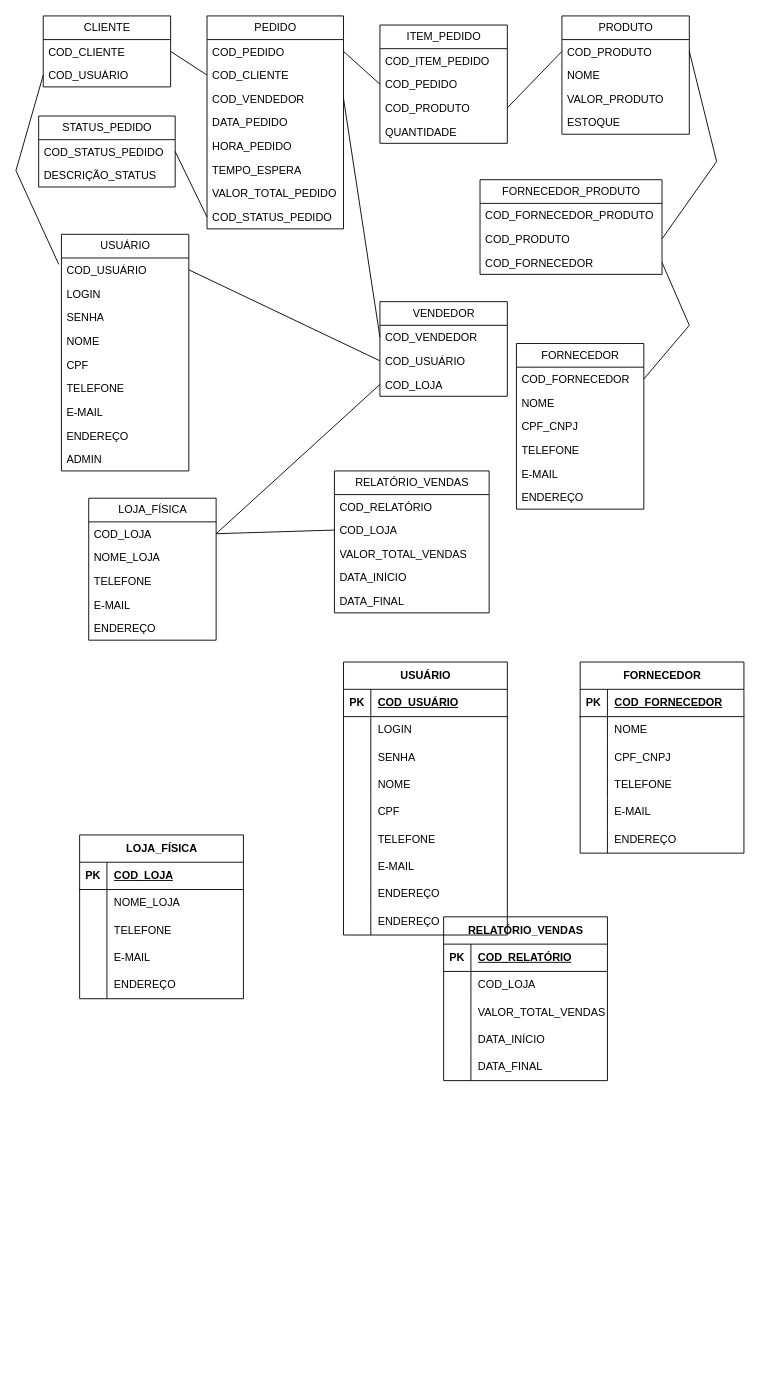
Earlier version of the draw.io diagram BD ZÉ DELIVERY.drawio (jennifergomes/BD). Source tidied: cells renumbered, new cells numbered last; positions are measured from the earlier drawing's top-left corner, leaving out a move shared by most shapes. Both pictures are drawn from the tidied source at 91%, with x=0, y=0 at pixel (15, 15).
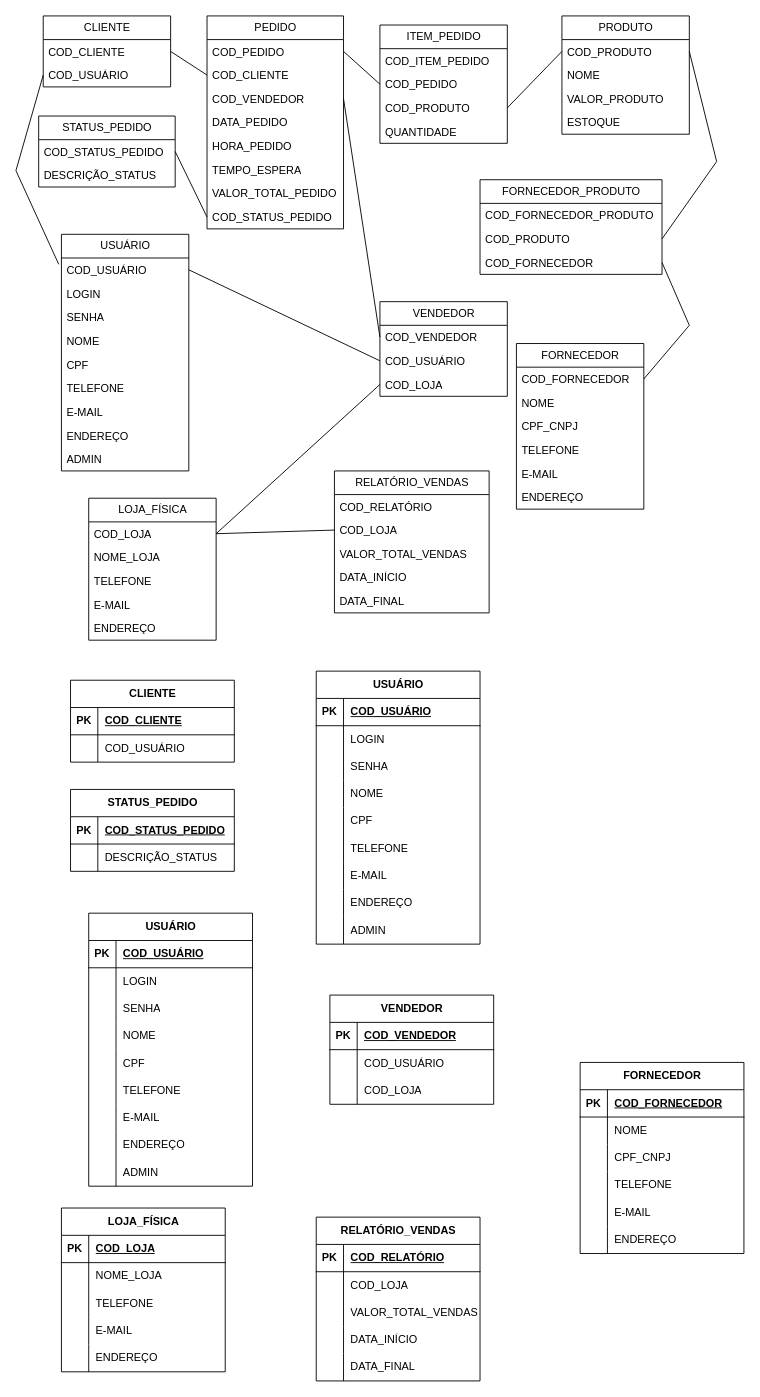
Above is the later version.

Unchanged cells that the change refers to:
```xml
<mxCell id="151" style="shape=tableRow;horizontal=0;startSize=0;swimlaneHead=0;swimlaneBody=0;fillColor=none;top=0;left=0;right=0;bottom=0;" parent="126" vertex="1">
  <mxGeometry y="270" width="180" height="30" as="geometry" />
</mxCell>
```

Diff of the diagram source:
```diff
@@
     <mxCell id="75" value="LOJA_FÍSICA" style="shape=table;startSize=30;childLayout=tableLayout;rowLines=0;fontStyle=1;align=center;html=1;" parent="1" vertex="1">
-      <mxGeometry x="70" y="900" width="180" height="180" as="geometry" />
+      <mxGeometry x="50" y="1310" width="180" height="180" as="geometry" />
     </mxCell>
@@
     <mxCell id="91" value="RELATÓRIO_VENDAS" style="shape=table;startSize=30;childLayout=tableLayout;rowLines=0;fontStyle=1;align=center;html=1;" parent="1" vertex="1">
-      <mxGeometry x="470" y="990" width="180" height="180" as="geometry" />
+      <mxGeometry x="330" y="1320" width="180" height="180" as="geometry" />
     </mxCell>
@@
     <mxCell id="107" value="FORNECEDOR" style="shape=table;startSize=30;childLayout=tableLayout;rowLines=0;fontStyle=1;align=center;html=1;" parent="1" vertex="1">
-      <mxGeometry x="620" y="710" width="180" height="210" as="geometry" />
+      <mxGeometry x="620" y="1150" width="180" height="210" as="geometry" />
     </mxCell>
@@
     <mxCell id="126" value="USUÁRIO" style="shape=table;startSize=30;childLayout=tableLayout;rowLines=0;fontStyle=1;align=center;html=1;" parent="1" vertex="1">
-      <mxGeometry x="360" y="710" width="180" height="300" as="geometry" />
+      <mxGeometry x="80" y="986" width="180" height="300" as="geometry" />
     </mxCell>
@@
-    <mxCell id="153" value="ENDEREÇO" style="shape=partialRectangle;fillColor=none;top=0;left=0;bottom=0;right=0;align=left;spacingLeft=6;overflow=hidden;whiteSpace=wrap;html=1;" parent="151" vertex="1">
+    <mxCell id="153" value="ADMIN" style="shape=partialRectangle;fillColor=none;top=0;left=0;bottom=0;right=0;align=left;spacingLeft=6;overflow=hidden;whiteSpace=wrap;html=1;" parent="151" vertex="1">
       <mxGeometry x="30" width="150" height="30" as="geometry" />
     </mxCell>
+    <mxCell id="154" value="VENDEDOR" style="shape=table;startSize=30;childLayout=tableLayout;rowLines=0;fontStyle=1;align=center;html=1;" parent="1" vertex="1">
+      <mxGeometry x="345" y="1076" width="180" height="120" as="geometry" />
+    </mxCell>
+    <mxCell id="155" style="shape=tableRow;horizontal=0;startSize=0;swimlaneHead=0;swimlaneBody=0;fillColor=none;top=0;left=0;right=0;bottom=1;" parent="154" vertex="1">
+      <mxGeometry y="30" width="180" height="30" as="geometry" />
+    </mxCell>
+    <mxCell id="156" value="PK" style="shape=partialRectangle;fillColor=none;top=0;left=0;bottom=0;right=0;fontStyle=1;overflow=hidden;whiteSpace=wrap;html=1;" parent="155" vertex="1">
+      <mxGeometry width="30" height="30" as="geometry" />
+    </mxCell>
+    <mxCell id="157" value="COD_VENDEDOR" style="shape=partialRectangle;fillColor=none;top=0;left=0;bottom=0;right=0;align=left;spacingLeft=6;fontStyle=5;overflow=hidden;whiteSpace=wrap;html=1;" parent="155" vertex="1">
+      <mxGeometry x="30" width="150" height="30" as="geometry" />
+    </mxCell>
+    <mxCell id="158" style="shape=tableRow;horizontal=0;startSize=0;swimlaneHead=0;swimlaneBody=0;fillColor=none;top=0;left=0;right=0;bottom=0;" parent="154" vertex="1">
+      <mxGeometry y="60" width="180" height="30" as="geometry" />
+    </mxCell>
+    <mxCell id="159" style="shape=partialRectangle;fillColor=none;top=0;left=0;bottom=0;right=0;overflow=hidden;whiteSpace=wrap;html=1;" parent="158" vertex="1">
+      <mxGeometry width="30" height="30" as="geometry" />
+    </mxCell>
+    <mxCell id="160" value="COD_USUÁRIO" style="shape=partialRectangle;fillColor=none;top=0;left=0;bottom=0;right=0;align=left;spacingLeft=6;overflow=hidden;whiteSpace=wrap;html=1;" parent="158" vertex="1">
+      <mxGeometry x="30" width="150" height="30" as="geometry" />
+    </mxCell>
+    <mxCell id="161" style="shape=tableRow;horizontal=0;startSize=0;swimlaneHead=0;swimlaneBody=0;fillColor=none;top=0;left=0;right=0;bottom=0;" parent="154" vertex="1">
+      <mxGeometry y="90" width="180" height="30" as="geometry" />
+    </mxCell>
+    <mxCell id="162" style="shape=partialRectangle;fillColor=none;top=0;left=0;bottom=0;right=0;overflow=hidden;whiteSpace=wrap;html=1;" parent="161" vertex="1">
+      <mxGeometry width="30" height="30" as="geometry" />
+    </mxCell>
+    <mxCell id="163" value="COD_LOJA" style="shape=partialRectangle;fillColor=none;top=0;left=0;bottom=0;right=0;align=left;spacingLeft=6;overflow=hidden;whiteSpace=wrap;html=1;" parent="161" vertex="1">
+      <mxGeometry x="30" width="150" height="30" as="geometry" />
+    </mxCell>
+    <mxCell id="164" value="STATUS_PEDIDO" style="shape=table;startSize=30;childLayout=tableLayout;rowLines=0;fontStyle=1;align=center;html=1;" parent="1" vertex="1">
+      <mxGeometry x="60" y="850" width="180" height="90" as="geometry" />
+    </mxCell>
+    <mxCell id="165" style="shape=tableRow;horizontal=0;startSize=0;swimlaneHead=0;swimlaneBody=0;fillColor=none;top=0;left=0;right=0;bottom=1;" parent="164" vertex="1">
+      <mxGeometry y="30" width="180" height="30" as="geometry" />
+    </mxCell>
+    <mxCell id="166" value="PK" style="shape=partialRectangle;fillColor=none;top=0;left=0;bottom=0;right=0;fontStyle=1;overflow=hidden;whiteSpace=wrap;html=1;" parent="165" vertex="1">
+      <mxGeometry width="30" height="30" as="geometry" />
+    </mxCell>
+    <mxCell id="167" value="COD_STATUS_PEDIDO" style="shape=partialRectangle;fillColor=none;top=0;left=0;bottom=0;right=0;align=left;spacingLeft=6;fontStyle=5;overflow=hidden;whiteSpace=wrap;html=1;" parent="165" vertex="1">
+      <mxGeometry x="30" width="150" height="30" as="geometry" />
+    </mxCell>
+    <mxCell id="168" style="shape=tableRow;horizontal=0;startSize=0;swimlaneHead=0;swimlaneBody=0;fillColor=none;top=0;left=0;right=0;bottom=0;" parent="164" vertex="1">
+      <mxGeometry y="60" width="180" height="30" as="geometry" />
+    </mxCell>
+    <mxCell id="169" style="shape=partialRectangle;fillColor=none;top=0;left=0;bottom=0;right=0;overflow=hidden;whiteSpace=wrap;html=1;" parent="168" vertex="1">
+      <mxGeometry width="30" height="30" as="geometry" />
+    </mxCell>
+    <mxCell id="170" value="DESCRIÇÃO_STATUS" style="shape=partialRectangle;fillColor=none;top=0;left=0;bottom=0;right=0;align=left;spacingLeft=6;overflow=hidden;whiteSpace=wrap;html=1;" parent="168" vertex="1">
+      <mxGeometry x="30" width="150" height="30" as="geometry" />
+    </mxCell>
+    <mxCell id="171" value="CLIENTE" style="shape=table;startSize=30;childLayout=tableLayout;rowLines=0;fontStyle=1;align=center;html=1;" parent="1" vertex="1">
+      <mxGeometry x="60" y="730" width="180" height="90" as="geometry" />
+    </mxCell>
+    <mxCell id="172" style="shape=tableRow;horizontal=0;startSize=0;swimlaneHead=0;swimlaneBody=0;fillColor=none;top=0;left=0;right=0;bottom=1;" parent="171" vertex="1">
+      <mxGeometry y="30" width="180" height="30" as="geometry" />
+    </mxCell>
+    <mxCell id="173" value="PK" style="shape=partialRectangle;fillColor=none;top=0;left=0;bottom=0;right=0;fontStyle=1;overflow=hidden;whiteSpace=wrap;html=1;" parent="172" vertex="1">
+      <mxGeometry width="30" height="30" as="geometry" />
+    </mxCell>
+    <mxCell id="174" value="COD_CLIENTE" style="shape=partialRectangle;fillColor=none;top=0;left=0;bottom=0;right=0;align=left;spacingLeft=6;fontStyle=5;overflow=hidden;whiteSpace=wrap;html=1;" parent="172" vertex="1">
+      <mxGeometry x="30" width="150" height="30" as="geometry" />
+    </mxCell>
+    <mxCell id="175" style="shape=tableRow;horizontal=0;startSize=0;swimlaneHead=0;swimlaneBody=0;fillColor=none;top=0;left=0;right=0;bottom=0;" parent="171" vertex="1">
+      <mxGeometry y="60" width="180" height="30" as="geometry" />
+    </mxCell>
+    <mxCell id="176" style="shape=partialRectangle;fillColor=none;top=0;left=0;bottom=0;right=0;overflow=hidden;whiteSpace=wrap;html=1;" parent="175" vertex="1">
+      <mxGeometry width="30" height="30" as="geometry" />
+    </mxCell>
+    <mxCell id="177" value="COD_USUÁRIO" style="shape=partialRectangle;fillColor=none;top=0;left=0;bottom=0;right=0;align=left;spacingLeft=6;overflow=hidden;whiteSpace=wrap;html=1;" parent="175" vertex="1">
+      <mxGeometry x="30" width="150" height="30" as="geometry" />
+    </mxCell>
+    <mxCell id="178" value="USUÁRIO" style="shape=table;startSize=30;childLayout=tableLayout;rowLines=0;fontStyle=1;align=center;html=1;" parent="1" vertex="1">
+      <mxGeometry x="330" y="720" width="180" height="300" as="geometry" />
+    </mxCell>
+    <mxCell id="179" style="shape=tableRow;horizontal=0;startSize=0;swimlaneHead=0;swimlaneBody=0;fillColor=none;top=0;left=0;right=0;bottom=1;" parent="178" vertex="1">
+      <mxGeometry y="30" width="180" height="30" as="geometry" />
+    </mxCell>
+    <mxCell id="180" value="PK" style="shape=partialRectangle;fillColor=none;top=0;left=0;bottom=0;right=0;fontStyle=1;overflow=hidden;whiteSpace=wrap;html=1;" parent="179" vertex="1">
+      <mxGeometry width="30" height="30" as="geometry" />
+    </mxCell>
+    <mxCell id="181" value="COD_USUÁRIO" style="shape=partialRectangle;fillColor=none;top=0;left=0;bottom=0;right=0;align=left;spacingLeft=6;fontStyle=5;overflow=hidden;whiteSpace=wrap;html=1;" parent="179" vertex="1">
+      <mxGeometry x="30" width="150" height="30" as="geometry" />
+    </mxCell>
+    <mxCell id="182" style="shape=tableRow;horizontal=0;startSize=0;swimlaneHead=0;swimlaneBody=0;fillColor=none;top=0;left=0;right=0;bottom=0;" parent="178" vertex="1">
+      <mxGeometry y="60" width="180" height="30" as="geometry" />
+    </mxCell>
+    <mxCell id="183" style="shape=partialRectangle;fillColor=none;top=0;left=0;bottom=0;right=0;overflow=hidden;whiteSpace=wrap;html=1;" parent="182" vertex="1">
+      <mxGeometry width="30" height="30" as="geometry" />
+    </mxCell>
+    <mxCell id="184" value="LOGIN" style="shape=partialRectangle;fillColor=none;top=0;left=0;bottom=0;right=0;align=left;spacingLeft=6;overflow=hidden;whiteSpace=wrap;html=1;" parent="182" vertex="1">
+      <mxGeometry x="30" width="150" height="30" as="geometry" />
+    </mxCell>
+    <mxCell id="185" style="shape=tableRow;horizontal=0;startSize=0;swimlaneHead=0;swimlaneBody=0;fillColor=none;top=0;left=0;right=0;bottom=0;" parent="178" vertex="1">
+      <mxGeometry y="90" width="180" height="30" as="geometry" />
+    </mxCell>
+    <mxCell id="186" style="shape=partialRectangle;fillColor=none;top=0;left=0;bottom=0;right=0;overflow=hidden;whiteSpace=wrap;html=1;" parent="185" vertex="1">
+      <mxGeometry width="30" height="30" as="geometry" />
+    </mxCell>
+    <mxCell id="187" value="SENHA" style="shape=partialRectangle;fillColor=none;top=0;left=0;bottom=0;right=0;align=left;spacingLeft=6;overflow=hidden;whiteSpace=wrap;html=1;" parent="185" vertex="1">
+      <mxGeometry x="30" width="150" height="30" as="geometry" />
+    </mxCell>
+    <mxCell id="188" style="shape=tableRow;horizontal=0;startSize=0;swimlaneHead=0;swimlaneBody=0;fillColor=none;top=0;left=0;right=0;bottom=0;" parent="178" vertex="1">
+      <mxGeometry y="120" width="180" height="30" as="geometry" />
+    </mxCell>
+    <mxCell id="189" style="shape=partialRectangle;fillColor=none;top=0;left=0;bottom=0;right=0;overflow=hidden;whiteSpace=wrap;html=1;" parent="188" vertex="1">
+      <mxGeometry width="30" height="30" as="geometry" />
+    </mxCell>
+    <mxCell id="190" value="NOME" style="shape=partialRectangle;fillColor=none;top=0;left=0;bottom=0;right=0;align=left;spacingLeft=6;overflow=hidden;whiteSpace=wrap;html=1;" parent="188" vertex="1">
+      <mxGeometry x="30" width="150" height="30" as="geometry" />
+    </mxCell>
+    <mxCell id="191" style="shape=tableRow;horizontal=0;startSize=0;swimlaneHead=0;swimlaneBody=0;fillColor=none;top=0;left=0;right=0;bottom=0;" parent="178" vertex="1">
+      <mxGeometry y="150" width="180" height="30" as="geometry" />
+    </mxCell>
+    <mxCell id="192" style="shape=partialRectangle;fillColor=none;top=0;left=0;bottom=0;right=0;overflow=hidden;whiteSpace=wrap;html=1;" parent="191" vertex="1">
+      <mxGeometry width="30" height="30" as="geometry" />
+    </mxCell>
+    <mxCell id="193" value="CPF" style="shape=partialRectangle;fillColor=none;top=0;left=0;bottom=0;right=0;align=left;spacingLeft=6;overflow=hidden;whiteSpace=wrap;html=1;" parent="191" vertex="1">
+      <mxGeometry x="30" width="150" height="30" as="geometry" />
+    </mxCell>
+    <mxCell id="194" style="shape=tableRow;horizontal=0;startSize=0;swimlaneHead=0;swimlaneBody=0;fillColor=none;top=0;left=0;right=0;bottom=0;" parent="178" vertex="1">
+      <mxGeometry y="180" width="180" height="30" as="geometry" />
+    </mxCell>
+    <mxCell id="195" style="shape=partialRectangle;fillColor=none;top=0;left=0;bottom=0;right=0;overflow=hidden;whiteSpace=wrap;html=1;" parent="194" vertex="1">
+      <mxGeometry width="30" height="30" as="geometry" />
+    </mxCell>
+    <mxCell id="196" value="TELEFONE" style="shape=partialRectangle;fillColor=none;top=0;left=0;bottom=0;right=0;align=left;spacingLeft=6;overflow=hidden;whiteSpace=wrap;html=1;" parent="194" vertex="1">
+      <mxGeometry x="30" width="150" height="30" as="geometry" />
+    </mxCell>
+    <mxCell id="197" style="shape=tableRow;horizontal=0;startSize=0;swimlaneHead=0;swimlaneBody=0;fillColor=none;top=0;left=0;right=0;bottom=0;" parent="178" vertex="1">
+      <mxGeometry y="210" width="180" height="30" as="geometry" />
+    </mxCell>
+    <mxCell id="198" style="shape=partialRectangle;fillColor=none;top=0;left=0;bottom=0;right=0;overflow=hidden;whiteSpace=wrap;html=1;" parent="197" vertex="1">
+      <mxGeometry width="30" height="30" as="geometry" />
+    </mxCell>
+    <mxCell id="199" value="E-MAIL" style="shape=partialRectangle;fillColor=none;top=0;left=0;bottom=0;right=0;align=left;spacingLeft=6;overflow=hidden;whiteSpace=wrap;html=1;" parent="197" vertex="1">
+      <mxGeometry x="30" width="150" height="30" as="geometry" />
+    </mxCell>
+    <mxCell id="200" style="shape=tableRow;horizontal=0;startSize=0;swimlaneHead=0;swimlaneBody=0;fillColor=none;top=0;left=0;right=0;bottom=0;" parent="178" vertex="1">
+      <mxGeometry y="240" width="180" height="30" as="geometry" />
+    </mxCell>
+    <mxCell id="201" style="shape=partialRectangle;fillColor=none;top=0;left=0;bottom=0;right=0;overflow=hidden;whiteSpace=wrap;html=1;" parent="200" vertex="1">
+      <mxGeometry width="30" height="30" as="geometry" />
+    </mxCell>
+    <mxCell id="202" value="ENDEREÇO" style="shape=partialRectangle;fillColor=none;top=0;left=0;bottom=0;right=0;align=left;spacingLeft=6;overflow=hidden;whiteSpace=wrap;html=1;" parent="200" vertex="1">
+      <mxGeometry x="30" width="150" height="30" as="geometry" />
+    </mxCell>
+    <mxCell id="203" style="shape=tableRow;horizontal=0;startSize=0;swimlaneHead=0;swimlaneBody=0;fillColor=none;top=0;left=0;right=0;bottom=0;" parent="178" vertex="1">
+      <mxGeometry y="270" width="180" height="30" as="geometry" />
+    </mxCell>
+    <mxCell id="204" style="shape=partialRectangle;fillColor=none;top=0;left=0;bottom=0;right=0;overflow=hidden;whiteSpace=wrap;html=1;" parent="203" vertex="1">
+      <mxGeometry width="30" height="30" as="geometry" />
+    </mxCell>
+    <mxCell id="205" value="ADMIN" style="shape=partialRectangle;fillColor=none;top=0;left=0;bottom=0;right=0;align=left;spacingLeft=6;overflow=hidden;whiteSpace=wrap;html=1;" parent="203" vertex="1">
+      <mxGeometry x="30" width="150" height="30" as="geometry" />
+    </mxCell>
```
